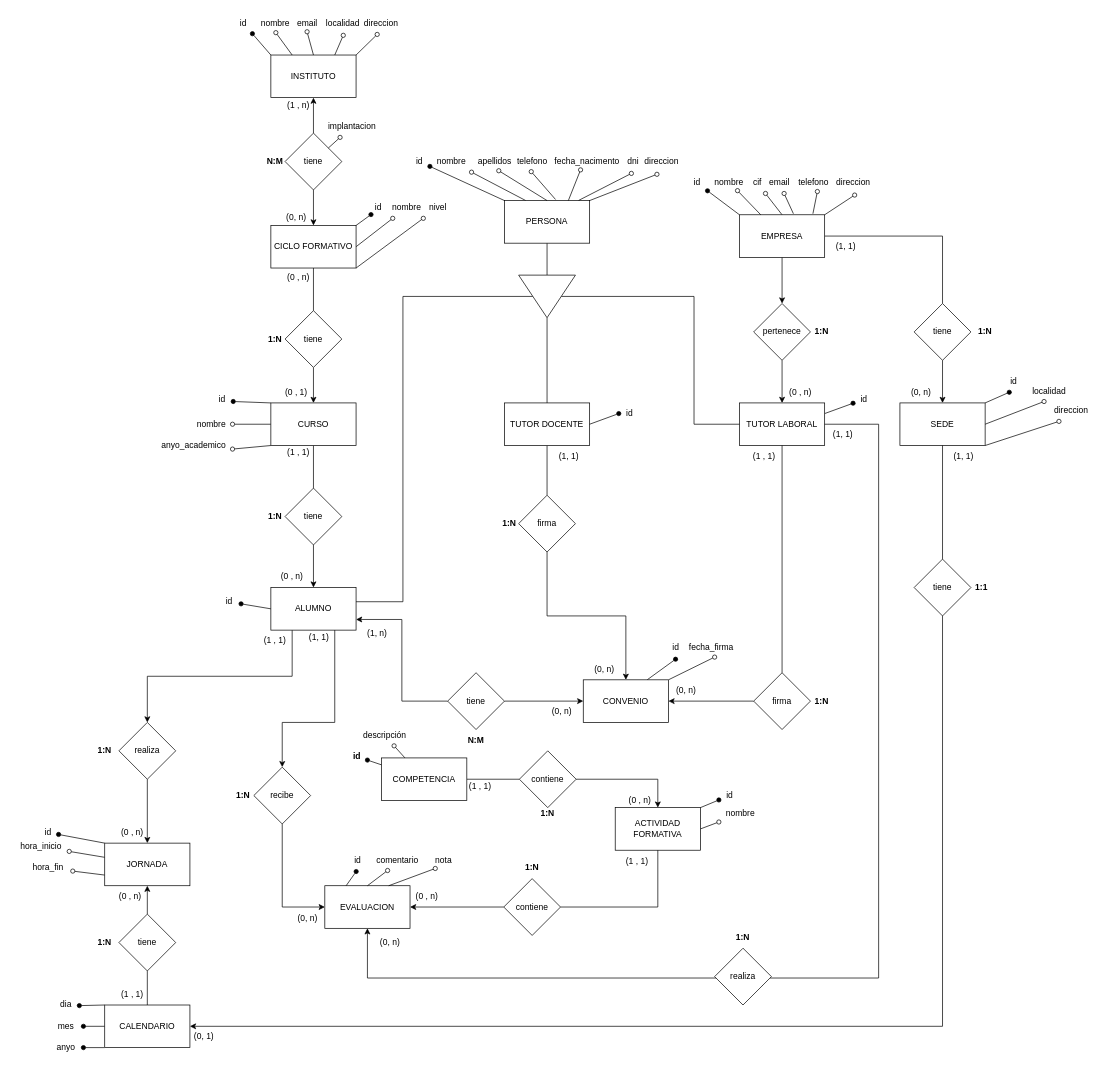
Before: page "Página-1" (1 of 2) of FP_DUAL_E-R.drawio in jjimho439/ProyectoBBDD, a draw.io diagram. Source tidied: cells renumbered, new cells numbered last; positions are measured from the earlier drawing's top-left corner, leaving out a move shared by most shapes. Both pictures are drawn from the tidied source at 71%, with x=0, y=0 at pixel (12, 12).
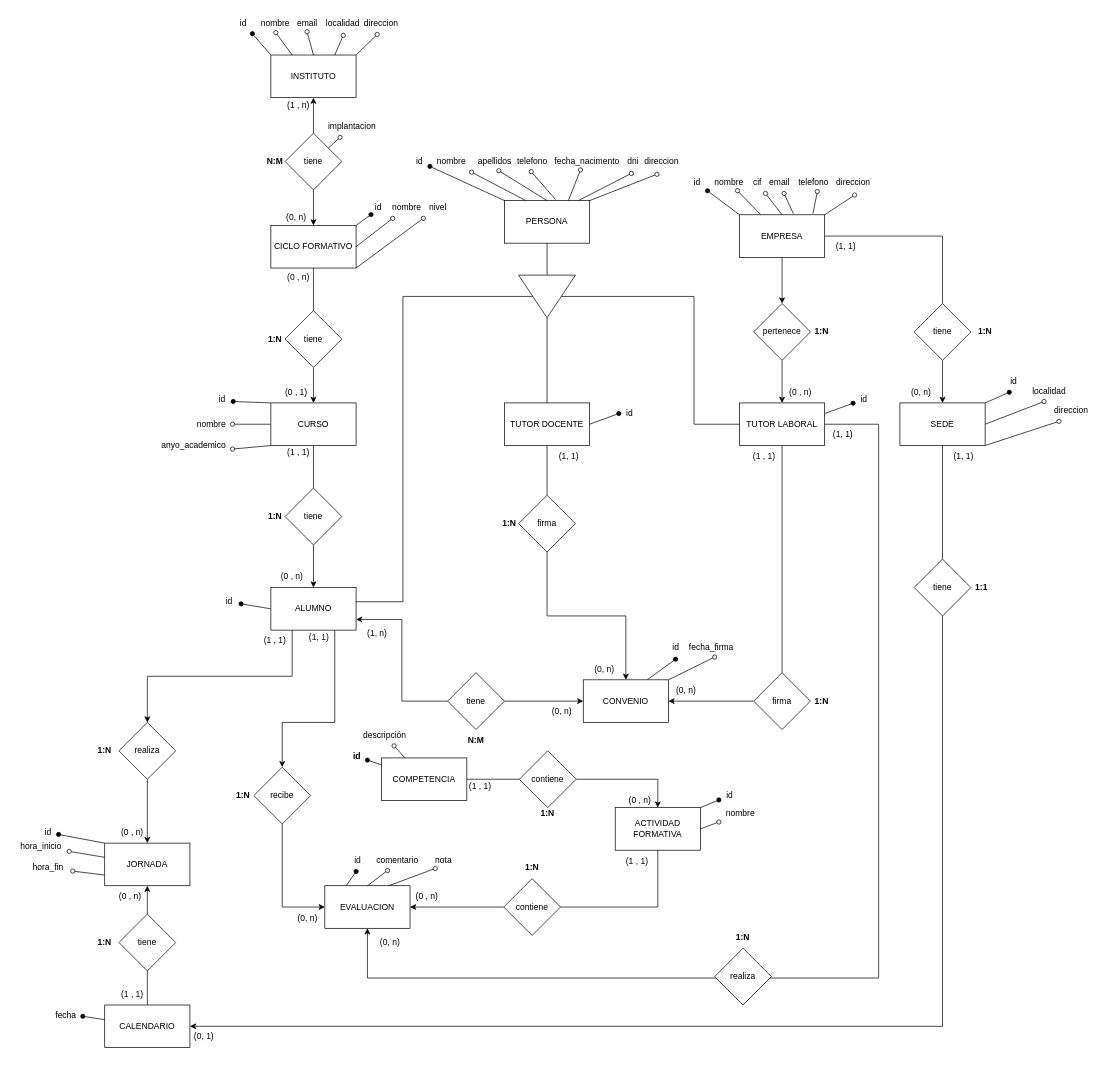
The same page after the edit.

The change refers to these unchanged cells:
```xml
<mxCell id="11" value="CALENDARIO" style="rounded=0;whiteSpace=wrap;html=1;" parent="1" vertex="1">
  <mxGeometry x="130" y="1398" width="120" height="60" as="geometry" />
</mxCell>
```

What changed in the source:
```diff
@@
-    <mxCell id="9" style="rounded=0;jettySize=auto;html=1;exitX=0;exitY=0.5;exitDx=0;exitDy=0;endArrow=oval;endFill=1;" parent="1" edge="1" source="11" target="188">
-      <mxGeometry relative="1" as="geometry" />
-    </mxCell>
-    <mxCell id="10" style="rounded=0;jettySize=auto;html=1;exitX=0;exitY=1;exitDx=0;exitDy=0;endArrow=oval;endFill=1;" parent="1" edge="1" source="11" target="186">
-      <mxGeometry relative="1" as="geometry" />
-    </mxCell>
@@
-    <mxCell id="186" value="anyo" style="text;html=1;align=center;verticalAlign=middle;points=[];strokeColor=none;fillColor=none;" parent="1" vertex="1">
-      <mxGeometry x="50" y="1443" width="50" height="30" as="geometry" />
-    </mxCell>
-    <mxCell id="187" value="dia" style="text;html=1;align=center;verticalAlign=middle;points=[];strokeColor=none;fillColor=none;" parent="1" vertex="1">
-      <mxGeometry x="55" y="1383" width="40" height="30" as="geometry" />
+    <mxCell id="187" value="fecha" style="text;html=1;align=center;verticalAlign=middle;points=[];strokeColor=none;fillColor=none;" parent="1" vertex="1">
+      <mxGeometry x="50" y="1398" width="50" height="30" as="geometry" />
     </mxCell>
-    <mxCell id="188" value="mes" style="text;html=1;align=center;verticalAlign=middle;points=[];strokeColor=none;fillColor=none;" parent="1" vertex="1">
-      <mxGeometry x="50" y="1413" width="50" height="30" as="geometry" />
-    </mxCell>
@@
-    <mxCell id="191" style="rounded=0;jettySize=auto;html=1;exitX=0;exitY=0;exitDx=0;exitDy=0;entryX=0.981;entryY=0.529;entryDx=0;entryDy=0;entryPerimeter=0;endArrow=oval;endFill=1;" parent="1" edge="1" source="11" target="187">
+    <mxCell id="191" style="rounded=0;jettySize=auto;html=1;entryX=0.981;entryY=0.529;entryDx=0;entryDy=0;entryPerimeter=0;endArrow=oval;endFill=1;" parent="1" edge="1" source="11" target="187">
       <mxGeometry relative="1" as="geometry" />
     </mxCell>
```
